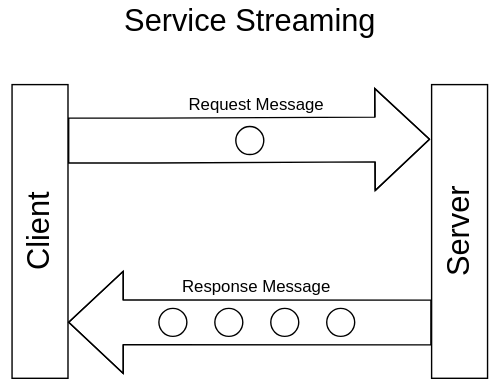
iamchancelor/iamchancelor.github.io keeps this draw.io diagram as assets/img/posts/2025-02-14/server-streaming-rpc.svg. Above is the earlier version. Source tidied: cells renumbered, new cells last; positions are measured from the earlier drawing's top-left corner, leaving out a move shared by most shapes.
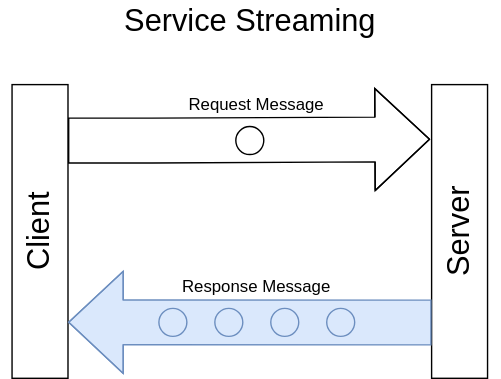
Later version of the same file.

What changed in the source:
```diff
@@ -34,7 +34,7 @@
         </Array>
       </mxGeometry>
     </mxCell>
-    <mxCell id="11" style="shape=flexArrow;endArrow=classic;html=1;rounded=0;width=32;endSize=12.67;endWidth=40;entryX=0;entryY=0.25;entryDx=0;entryDy=0;exitX=0;exitY=0.81;exitDx=0;exitDy=0;exitPerimeter=0;" parent="3" edge="1" source="8">
+    <mxCell id="11" style="shape=flexArrow;endArrow=classic;html=1;rounded=0;width=32;endSize=12.67;endWidth=40;entryX=0;entryY=0.25;entryDx=0;entryDy=0;exitX=0;exitY=0.81;exitDx=0;exitDy=0;exitPerimeter=0;fillColor=#dae8fc;strokeColor=#6c8ebf;" parent="3" edge="1" source="8">
       <mxGeometry relative="1" as="geometry">
         <mxPoint x="40" y="170" as="targetPoint" />
         <Array as="points">
@@ -51,16 +51,16 @@
     <mxCell id="14" style="ellipse;whiteSpace=wrap;html=1;" parent="3" vertex="1">
       <mxGeometry x="160" y="30" width="20" height="20" as="geometry" />
     </mxCell>
-    <mxCell id="15" style="ellipse;whiteSpace=wrap;html=1;" parent="3" vertex="1">
+    <mxCell id="15" style="ellipse;whiteSpace=wrap;html=1;fillColor=#dae8fc;strokeColor=#6c8ebf;" parent="3" vertex="1">
       <mxGeometry x="145" y="160" width="20" height="20" as="geometry" />
     </mxCell>
-    <mxCell id="16" style="ellipse;whiteSpace=wrap;html=1;" parent="3" vertex="1">
+    <mxCell id="16" style="ellipse;whiteSpace=wrap;html=1;fillColor=#dae8fc;strokeColor=#6c8ebf;" parent="3" vertex="1">
       <mxGeometry x="185" y="160" width="20" height="20" as="geometry" />
     </mxCell>
-    <mxCell id="17" style="ellipse;whiteSpace=wrap;html=1;" parent="3" vertex="1">
+    <mxCell id="17" style="ellipse;whiteSpace=wrap;html=1;fillColor=#dae8fc;strokeColor=#6c8ebf;" parent="3" vertex="1">
       <mxGeometry x="105" y="160" width="20" height="20" as="geometry" />
     </mxCell>
-    <mxCell id="18" style="ellipse;whiteSpace=wrap;html=1;" parent="3" vertex="1">
+    <mxCell id="18" style="ellipse;whiteSpace=wrap;html=1;fillColor=#dae8fc;strokeColor=#6c8ebf;" parent="3" vertex="1">
       <mxGeometry x="225" y="160" width="20" height="20" as="geometry" />
     </mxCell>
   </root>
```
